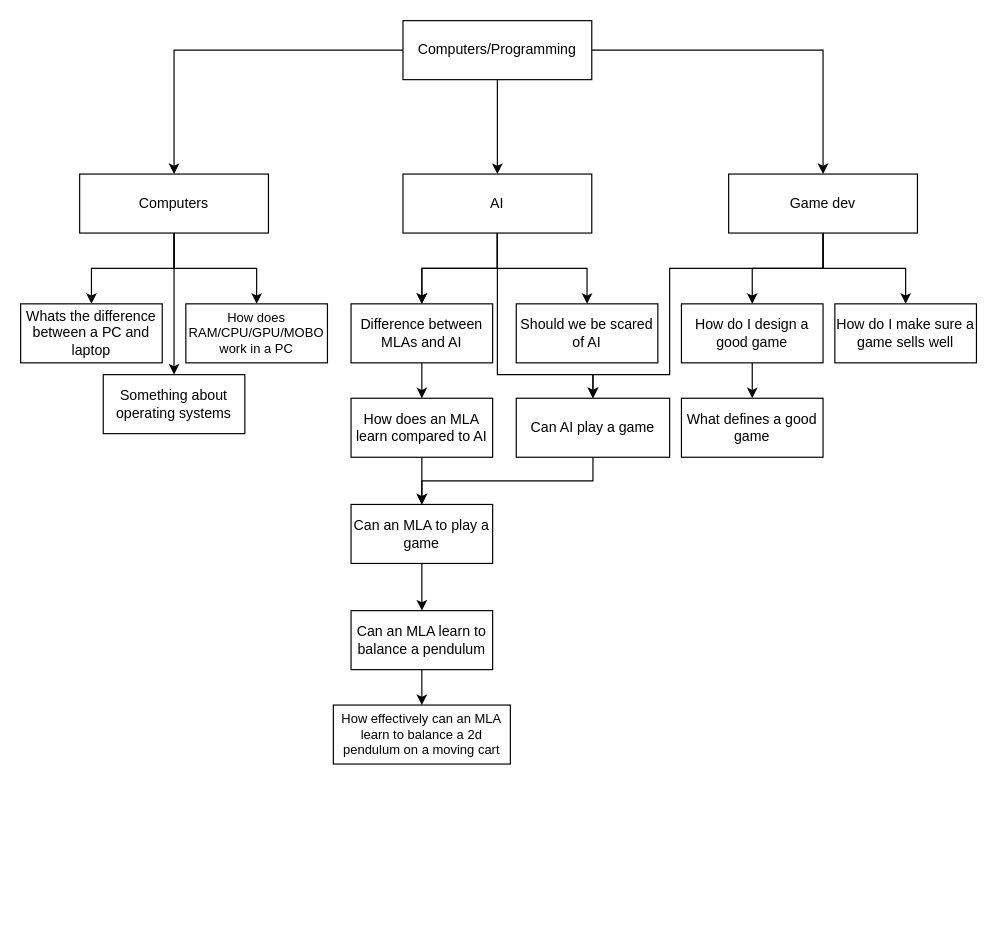
BananaDude508/Research-Project keeps this draw.io diagram as Documentation/Question Development/QuestionDevelopmentMindmap.drawio. Above is the earlier version. Source tidied: cells renumbered, new cells numbered last; positions are measured from the earlier drawing's top-left corner, leaving out a move shared by most shapes. Both pictures are drawn from the tidied source at 118%, with x=0, y=0 at pixel (20, 20).
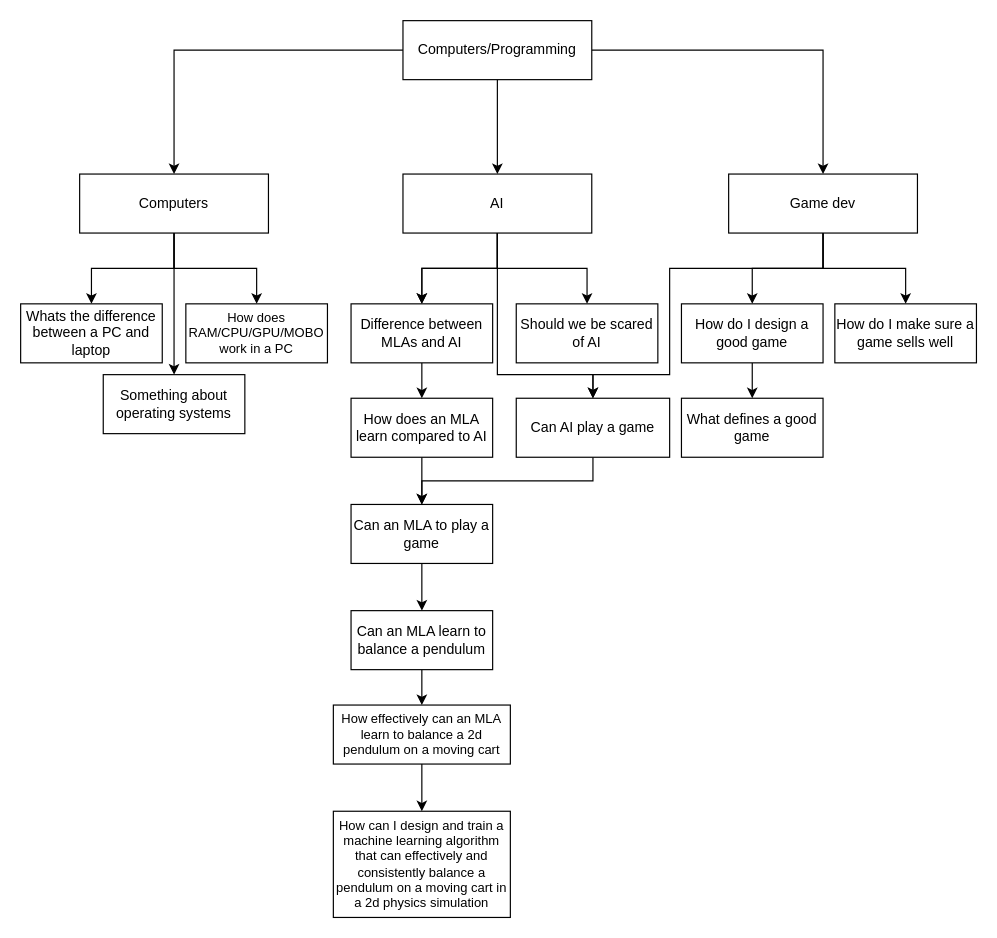
Above is the later version.

The change refers to these unchanged cells:
```xml
<mxCell id="37" value="How effectively can an MLA learn to balance a 2d pendulum on a moving cart" style="rounded=0;whiteSpace=wrap;html=1;fontSize=11;" parent="1" vertex="1">
  <mxGeometry x="265" y="580" width="150" height="50" as="geometry" />
</mxCell>
```

Change to the diagram source:
```diff
@@
+    <mxCell id="38" style="edgeStyle=orthogonalEdgeStyle;rounded=0;jettySize=auto;html=1;" parent="1" edge="1" source="37" target="39">
+      <mxGeometry relative="1" as="geometry" />
+    </mxCell>
@@
+    <mxCell id="39" value="How can I design and train a machine learning algorithm that can effectively and consistently balance a pendulum on a moving cart in a 2d physics simulation" style="rounded=0;whiteSpace=wrap;html=1;fontSize=11;" parent="1" vertex="1">
+      <mxGeometry x="265" y="670" width="150" height="90" as="geometry" />
+    </mxCell>
```
